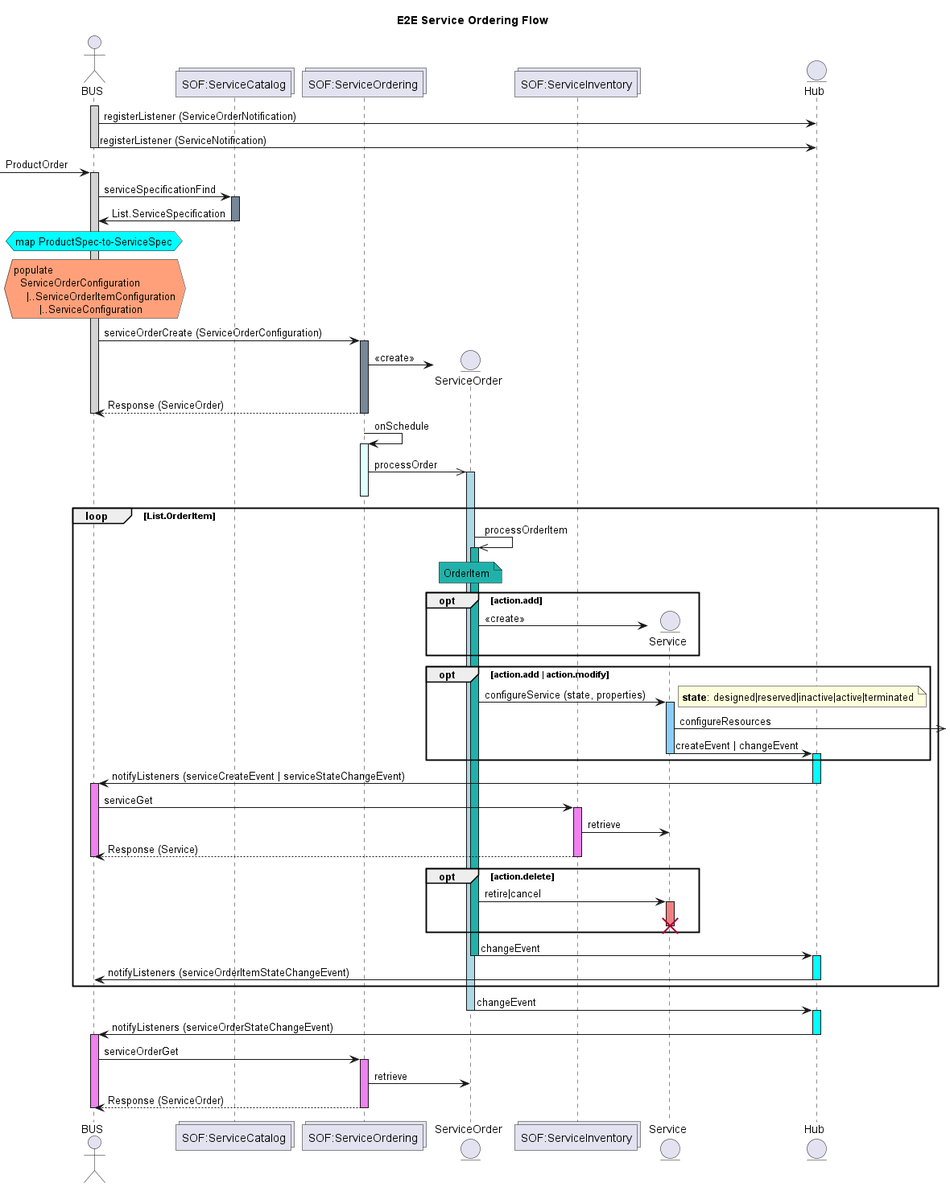
MEF-GIT/MEF-LSO-Legato-SDK keeps this PlantUML diagram as documentation/serviceApi/inventory/media/serviceOrderingFlow.png. Above is the earlier version.
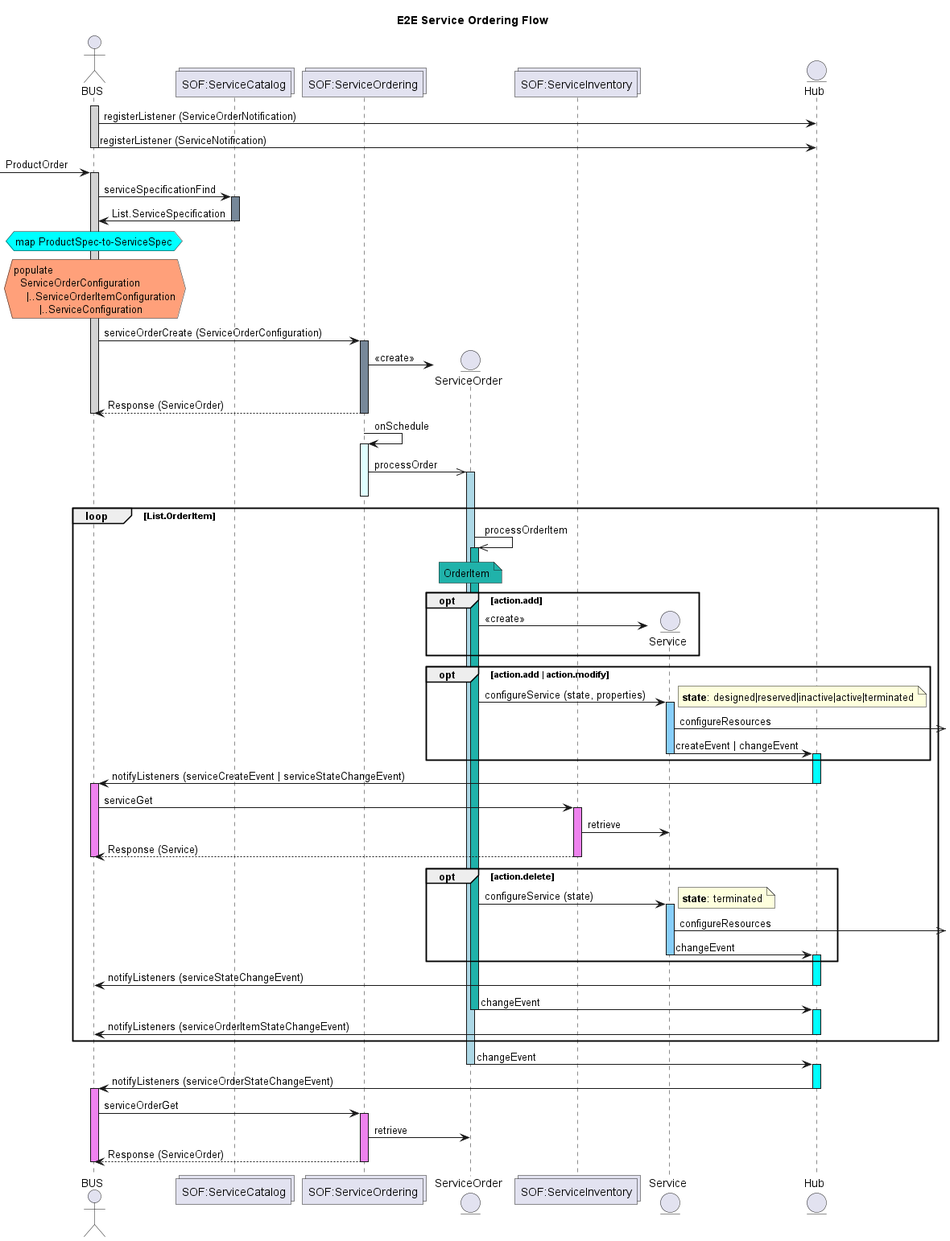
The same file after the commit.

Change to the diagram source:
```diff
@@ -73,11 +73,17 @@
     deactivate BUS
 
     opt action.delete
-        ServiceOrder -> Service : retire|cancel
-        activate Service #LightCoral
-        destroy Service
+        ServiceOrder -> Service : configureService (state)
+        note right
+            **state**: terminated
+        end note
+        activate Service #LightSkyBlue
+            Service ->>] : configureResources
+            Service -> Hub : changeEvent
+        deactivate Service
+        activate Hub #aqua
     end
-    activate Hub #aqua
+    Hub -> BUS : notifyListeners (serviceStateChangeEvent)
     deactivate Hub
 
     ServiceOrder -> Hub : changeEvent
```
